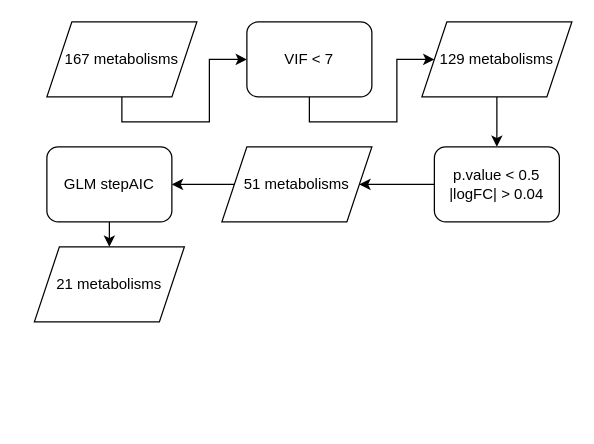
This is Proj-Hearing-Loss-and-ANX.drawio from artefaritaKuniklo/draw.io-graph, a draw.io file, before an edit. Source tidied: cells renumbered, new cells numbered last; positions are measured from the earlier drawing's top-left corner, leaving out a move shared by most shapes. Both pictures are drawn from the tidied source at 125%, with x=0, y=0 at pixel (34, 21).
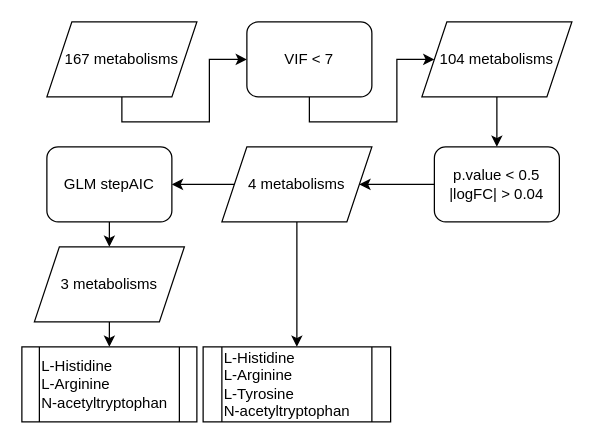
The same page after the edit.

The edit, as a diff of the source:
```diff
@@
-    <mxCell id="7" value="129 metabolisms" style="shape=parallelogram;perimeter=parallelogramPerimeter;whiteSpace=wrap;html=1;fixedSize=1;" parent="1" vertex="1">
+    <mxCell id="7" value="104 metabolisms" style="shape=parallelogram;perimeter=parallelogramPerimeter;whiteSpace=wrap;html=1;fixedSize=1;" parent="1" vertex="1">
       <mxGeometry x="310" width="120" height="60" as="geometry" />
     </mxCell>
@@
+    <mxCell id="15" style="edgeStyle=orthogonalEdgeStyle;rounded=0;jettySize=auto;html=1;exitX=0.5;exitY=1;exitDx=0;exitDy=0;entryX=0.5;entryY=0;entryDx=0;entryDy=0;" parent="1" edge="1" source="11" target="17">
+      <mxGeometry relative="1" as="geometry" />
+    </mxCell>
-    <mxCell id="11" value="51 metabolisms" style="shape=parallelogram;perimeter=parallelogramPerimeter;whiteSpace=wrap;html=1;fixedSize=1;" parent="1" vertex="1">
+    <mxCell id="11" value="4 metabolisms" style="shape=parallelogram;perimeter=parallelogramPerimeter;whiteSpace=wrap;html=1;fixedSize=1;" parent="1" vertex="1">
       <mxGeometry x="150" y="100" width="120" height="60" as="geometry" />
     </mxCell>
@@
+    <mxCell id="16" style="edgeStyle=orthogonalEdgeStyle;rounded=0;jettySize=auto;html=1;exitX=0.5;exitY=1;exitDx=0;exitDy=0;entryX=0.5;entryY=0;entryDx=0;entryDy=0;" parent="1" edge="1" source="14" target="18">
+      <mxGeometry relative="1" as="geometry" />
+    </mxCell>
-    <mxCell id="14" value="21 metabolisms" style="shape=parallelogram;perimeter=parallelogramPerimeter;whiteSpace=wrap;html=1;fixedSize=1;" parent="1" vertex="1">
+    <mxCell id="14" value="3 metabolisms" style="shape=parallelogram;perimeter=parallelogramPerimeter;whiteSpace=wrap;html=1;fixedSize=1;" parent="1" vertex="1">
       <mxGeometry y="180" width="120" height="60" as="geometry" />
     </mxCell>
+    <mxCell id="17" value="L-Histidine&lt;br&gt;L-Arginine&lt;br&gt;L-Tyrosine&lt;br&gt;N-acetyltryptophan" style="shape=process;whiteSpace=wrap;html=1;backgroundOutline=1;align=left;" parent="1" vertex="1">
+      <mxGeometry x="135" y="260" width="150" height="60" as="geometry" />
+    </mxCell>
+    <mxCell id="18" value="L-Histidine&lt;br&gt;L-Arginine&lt;br&gt;&lt;div&gt;N-acetyltryptophan&lt;/div&gt;" style="shape=process;whiteSpace=wrap;html=1;backgroundOutline=1;align=left;" parent="1" vertex="1">
+      <mxGeometry x="-10" y="260" width="140" height="60" as="geometry" />
+    </mxCell>
```
